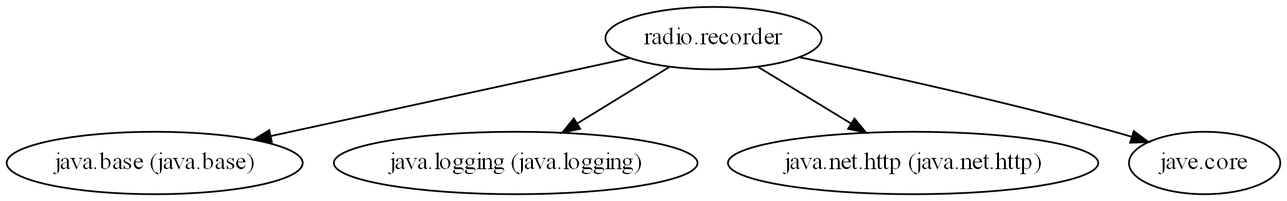
This is doc/dot/summary.png from tasekida/radio-recorder, a Graphviz export, as it was before one commit. Its source is kept beside it as doc/dot/summary.dot. Its diagram source:
```dot
digraph "summary" {
  "radio.recorder"                                   -> "java.base (java.base)";
  "radio.recorder"                                   -> "java.logging (java.logging)";
  "radio.recorder"                                   -> "java.net.http (java.net.http)";
  "radio.recorder"                                   -> "jave.core";
}
```
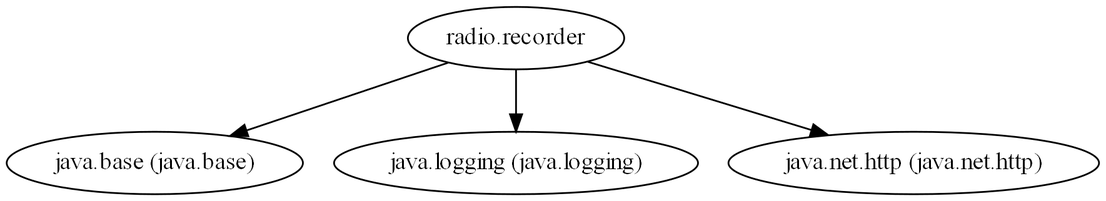
Above is the later version.

The edit, as a diff of the source:
```diff
@@ -2,5 +2,4 @@
   "radio.recorder"                                   -> "java.base (java.base)";
   "radio.recorder"                                   -> "java.logging (java.logging)";
   "radio.recorder"                                   -> "java.net.http (java.net.http)";
-  "radio.recorder"                                   -> "jave.core";
 }
```
